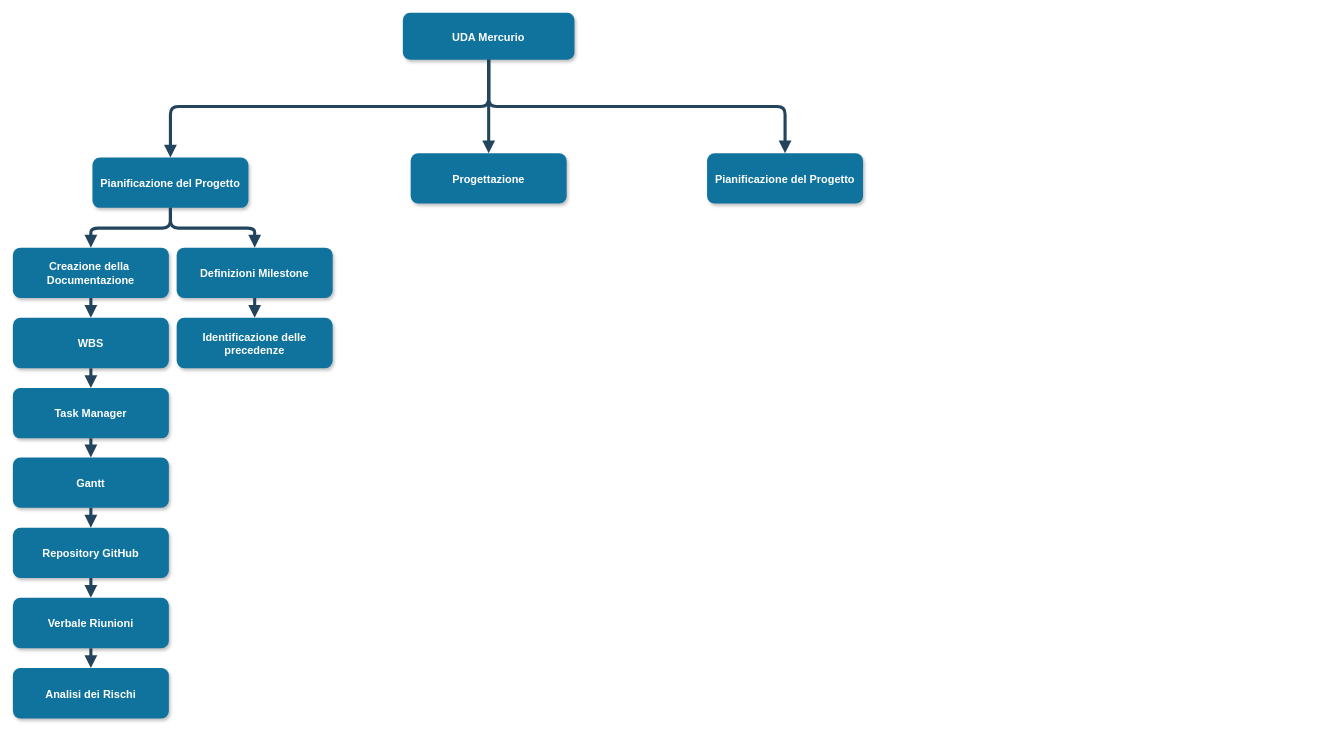
sac11221/mercuriouda keeps this draw.io diagram as wbs.drawio. Above is the earlier version. Source tidied: cells renumbered, new cells numbered last; positions are measured from the earlier drawing's top-left corner, leaving out a move shared by most shapes. Both pictures are drawn from the tidied source at 78%, with x=0, y=0 at pixel (12, 12).
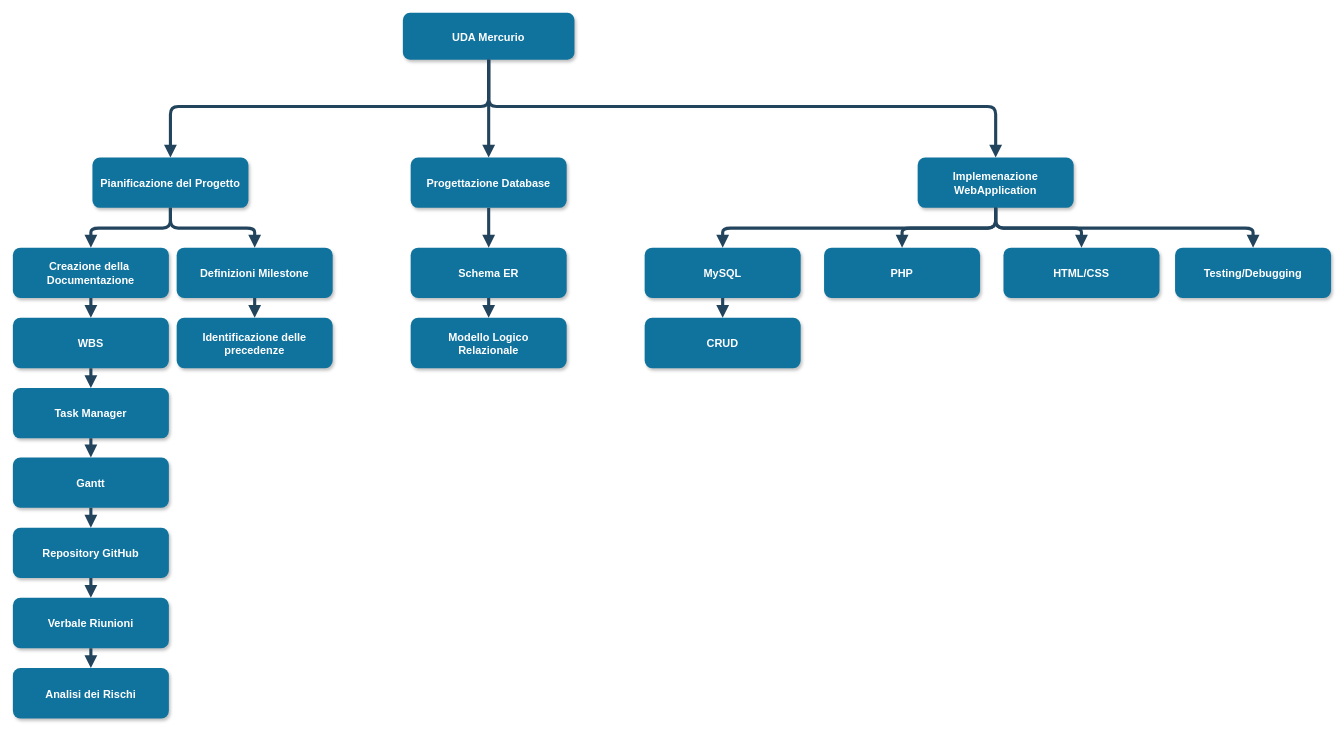
Above is the later version.

Change to the diagram source:
```diff
@@
-    <mxCell id="23" value="Progettazione" style="rounded=1;fillColor=#10739E;strokeColor=none;shadow=1;gradientColor=none;fontStyle=1;fontColor=#FFFFFF;fontSize=14;" parent="1" vertex="1">
-      <mxGeometry x="510" y="180" width="200" height="64.5" as="geometry" />
+    <mxCell id="23" value="Progettazione Database" style="rounded=1;fillColor=#10739E;strokeColor=none;shadow=1;gradientColor=none;fontStyle=1;fontColor=#FFFFFF;fontSize=14;" parent="1" vertex="1">
+      <mxGeometry x="510" y="185.5" width="200" height="64.5" as="geometry" />
     </mxCell>
@@
-    <mxCell id="25" value="Pianificazione del Progetto" style="rounded=1;fillColor=#10739E;strokeColor=none;shadow=1;gradientColor=none;fontStyle=1;fontColor=#FFFFFF;fontSize=14;" parent="1" vertex="1">
-      <mxGeometry x="890" y="180" width="200" height="64.5" as="geometry" />
+    <mxCell id="25" value="Implemenazione&#10;WebApplication" style="rounded=1;fillColor=#10739E;strokeColor=none;shadow=1;gradientColor=none;fontStyle=1;fontColor=#FFFFFF;fontSize=14;" parent="1" vertex="1">
+      <mxGeometry x="1160" y="185.5" width="200" height="64.5" as="geometry" />
     </mxCell>
@@
+    <mxCell id="27" value="Schema ER" style="rounded=1;fillColor=#10739E;strokeColor=none;shadow=1;gradientColor=none;fontStyle=1;fontColor=#FFFFFF;fontSize=14;" parent="1" vertex="1">
+      <mxGeometry x="510" y="301" width="200" height="64.5" as="geometry" />
+    </mxCell>
+    <mxCell id="28" value="Modello Logico&#10;Relazionale" style="rounded=1;fillColor=#10739E;strokeColor=none;shadow=1;gradientColor=none;fontStyle=1;fontColor=#FFFFFF;fontSize=14;" parent="1" vertex="1">
+      <mxGeometry x="510" y="391" width="200" height="64.5" as="geometry" />
+    </mxCell>
+    <mxCell id="29" style="edgeStyle=elbowEdgeStyle;elbow=vertical;strokeWidth=4;endArrow=block;endFill=1;fontStyle=1;strokeColor=#23445D;exitX=0.5;exitY=1;exitDx=0;exitDy=0;entryX=0.5;entryY=0;entryDx=0;entryDy=0;" parent="1" edge="1" source="23" target="27">
+      <mxGeometry x="72" y="165.5" as="geometry" />
+    </mxCell>
+    <mxCell id="30" style="edgeStyle=elbowEdgeStyle;elbow=vertical;strokeWidth=4;endArrow=block;endFill=1;fontStyle=1;strokeColor=#23445D;exitX=0.5;exitY=1;exitDx=0;exitDy=0;entryX=0.5;entryY=0;entryDx=0;entryDy=0;" parent="1" edge="1" source="27" target="28">
+      <mxGeometry x="72" y="165.5" as="geometry" />
+    </mxCell>
+    <mxCell id="31" value="MySQL" style="rounded=1;fillColor=#10739E;strokeColor=none;shadow=1;gradientColor=none;fontStyle=1;fontColor=#FFFFFF;fontSize=14;" parent="1" vertex="1">
+      <mxGeometry x="810" y="301" width="200" height="64.5" as="geometry" />
+    </mxCell>
+    <mxCell id="32" value="CRUD" style="rounded=1;fillColor=#10739E;strokeColor=none;shadow=1;gradientColor=none;fontStyle=1;fontColor=#FFFFFF;fontSize=14;" parent="1" vertex="1">
+      <mxGeometry x="810" y="391" width="200" height="64.5" as="geometry" />
+    </mxCell>
+    <mxCell id="33" value="PHP" style="rounded=1;fillColor=#10739E;strokeColor=none;shadow=1;gradientColor=none;fontStyle=1;fontColor=#FFFFFF;fontSize=14;" parent="1" vertex="1">
+      <mxGeometry x="1040" y="301" width="200" height="64.5" as="geometry" />
+    </mxCell>
+    <mxCell id="34" value="HTML/CSS" style="rounded=1;fillColor=#10739E;strokeColor=none;shadow=1;gradientColor=none;fontStyle=1;fontColor=#FFFFFF;fontSize=14;" parent="1" vertex="1">
+      <mxGeometry x="1270" y="301" width="200" height="64.5" as="geometry" />
+    </mxCell>
+    <mxCell id="35" value="Testing/Debugging" style="rounded=1;fillColor=#10739E;strokeColor=none;shadow=1;gradientColor=none;fontStyle=1;fontColor=#FFFFFF;fontSize=14;" parent="1" vertex="1">
+      <mxGeometry x="1490" y="301" width="200" height="64.5" as="geometry" />
+    </mxCell>
+    <mxCell id="36" style="edgeStyle=elbowEdgeStyle;elbow=vertical;strokeWidth=4;endArrow=block;endFill=1;fontStyle=1;strokeColor=#23445D;exitX=0.5;exitY=1;exitDx=0;exitDy=0;entryX=0.5;entryY=0;entryDx=0;entryDy=0;" parent="1" edge="1" source="25" target="31">
+      <mxGeometry x="22" y="165.5" as="geometry" />
+    </mxCell>
+    <mxCell id="37" style="edgeStyle=elbowEdgeStyle;elbow=vertical;strokeWidth=4;endArrow=block;endFill=1;fontStyle=1;strokeColor=#23445D;exitX=0.5;exitY=1;exitDx=0;exitDy=0;entryX=0.5;entryY=0;entryDx=0;entryDy=0;" parent="1" edge="1" source="25" target="33">
+      <mxGeometry x="22" y="165.5" as="geometry" />
+    </mxCell>
+    <mxCell id="38" style="edgeStyle=elbowEdgeStyle;elbow=vertical;strokeWidth=4;endArrow=block;endFill=1;fontStyle=1;strokeColor=#23445D;exitX=0.5;exitY=1;exitDx=0;exitDy=0;entryX=0.5;entryY=0;entryDx=0;entryDy=0;" parent="1" edge="1" source="25" target="34">
+      <mxGeometry x="22" y="165.5" as="geometry" />
+    </mxCell>
+    <mxCell id="39" style="edgeStyle=elbowEdgeStyle;elbow=vertical;strokeWidth=4;endArrow=block;endFill=1;fontStyle=1;strokeColor=#23445D;exitX=0.5;exitY=1;exitDx=0;exitDy=0;entryX=0.5;entryY=0;entryDx=0;entryDy=0;" parent="1" edge="1" source="25" target="35">
+      <mxGeometry x="22" y="165.5" as="geometry" />
+    </mxCell>
+    <mxCell id="40" style="edgeStyle=elbowEdgeStyle;elbow=vertical;strokeWidth=4;endArrow=block;endFill=1;fontStyle=1;strokeColor=#23445D;exitX=0.5;exitY=1;exitDx=0;exitDy=0;entryX=0.5;entryY=0;entryDx=0;entryDy=0;" parent="1" edge="1" source="31" target="32">
+      <mxGeometry x="72" y="165.5" as="geometry" />
+    </mxCell>
```
